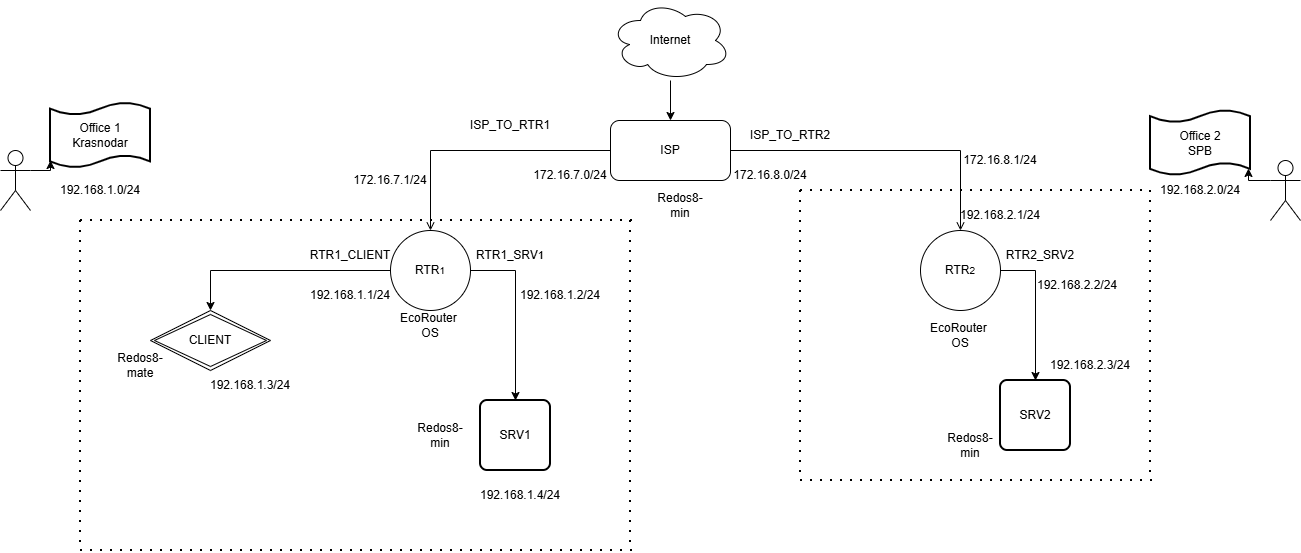
polina497/petrocollege keeps this draw.io diagram as Диаграмма без названия.drawio.png. Above is the earlier version. Source tidied: cells renumbered, new cells last; positions are measured from the earlier drawing's top-left corner, leaving out a move shared by most shapes. Its diagram source:
```xml
<mxGraphModel>
  <root>
    <mxCell id="0" />
    <mxCell id="1" parent="0" />
    <mxCell id="2" style="edgeStyle=orthogonalEdgeStyle;rounded=0;jettySize=auto;html=1;" parent="1" edge="1" source="3" target="6">
      <mxGeometry relative="1" as="geometry" />
    </mxCell>
    <mxCell id="3" value="Internet" style="ellipse;shape=cloud;whiteSpace=wrap;html=1;" parent="1" vertex="1">
      <mxGeometry x="610" width="120" height="80" as="geometry" />
    </mxCell>
    <mxCell id="4" style="edgeStyle=orthogonalEdgeStyle;rounded=0;jettySize=auto;html=1;entryX=0.5;entryY=0;entryDx=0;entryDy=0;endArrow=open;endFill=0;" parent="1" edge="1" source="6" target="9">
      <mxGeometry relative="1" as="geometry" />
    </mxCell>
    <mxCell id="5" style="edgeStyle=orthogonalEdgeStyle;rounded=0;jettySize=auto;html=1;entryX=0.5;entryY=0;entryDx=0;entryDy=0;exitX=1;exitY=0.5;exitDx=0;exitDy=0;endArrow=open;endFill=0;" parent="1" edge="1" source="6" target="11">
      <mxGeometry relative="1" as="geometry" />
    </mxCell>
    <mxCell id="6" value="ISP" style="rounded=1;whiteSpace=wrap;html=1;" parent="1" vertex="1">
      <mxGeometry x="610" y="120" width="120" height="60" as="geometry" />
    </mxCell>
    <mxCell id="7" style="edgeStyle=orthogonalEdgeStyle;rounded=0;jettySize=auto;html=1;entryX=0.5;entryY=0;entryDx=0;entryDy=0;" parent="1" edge="1" source="9" target="12">
      <mxGeometry relative="1" as="geometry" />
    </mxCell>
    <mxCell id="8" style="edgeStyle=orthogonalEdgeStyle;rounded=0;jettySize=auto;html=1;exitX=1;exitY=0.5;exitDx=0;exitDy=0;entryX=0.5;entryY=0;entryDx=0;entryDy=0;" parent="1" edge="1" source="9" target="13">
      <mxGeometry relative="1" as="geometry" />
    </mxCell>
    <mxCell id="9" value="RTR&lt;font size=&quot;1&quot;&gt;1&lt;/font&gt;" style="ellipse;whiteSpace=wrap;html=1;" parent="1" vertex="1">
      <mxGeometry x="390" y="230" width="80" height="80" as="geometry" />
    </mxCell>
    <mxCell id="10" style="edgeStyle=orthogonalEdgeStyle;rounded=0;jettySize=auto;html=1;exitX=1;exitY=0.5;exitDx=0;exitDy=0;entryX=0.5;entryY=0;entryDx=0;entryDy=0;" parent="1" edge="1" source="11" target="14">
      <mxGeometry relative="1" as="geometry" />
    </mxCell>
    <mxCell id="11" value="RTR&lt;font size=&quot;1&quot;&gt;2&lt;/font&gt;" style="ellipse;whiteSpace=wrap;html=1;" parent="1" vertex="1">
      <mxGeometry x="920" y="230" width="80" height="80" as="geometry" />
    </mxCell>
    <mxCell id="12" value="CLIENT" style="shape=rhombus;double=1;perimeter=rhombusPerimeter;whiteSpace=wrap;html=1;align=center;" parent="1" vertex="1">
      <mxGeometry x="150" y="310" width="120" height="60" as="geometry" />
    </mxCell>
    <mxCell id="13" value="SRV1" style="rounded=1;whiteSpace=wrap;html=1;absoluteArcSize=1;arcSize=14;strokeWidth=2;" parent="1" vertex="1">
      <mxGeometry x="480" y="400" width="70" height="70" as="geometry" />
    </mxCell>
    <mxCell id="14" value="SRV2" style="rounded=1;whiteSpace=wrap;html=1;absoluteArcSize=1;arcSize=14;strokeWidth=2;" parent="1" vertex="1">
      <mxGeometry x="1000" y="380" width="70" height="70" as="geometry" />
    </mxCell>
    <mxCell id="15" value="ISP_TO_RTR2" style="text;html=1;whiteSpace=wrap;strokeColor=none;fillColor=none;align=center;verticalAlign=middle;rounded=0;" parent="1" vertex="1">
      <mxGeometry x="760" y="120" width="60" height="30" as="geometry" />
    </mxCell>
    <mxCell id="16" value="ISP_TO_RTR1" style="text;html=1;whiteSpace=wrap;strokeColor=none;fillColor=none;align=center;verticalAlign=middle;rounded=0;" parent="1" vertex="1">
      <mxGeometry x="480" y="110" width="60" height="30" as="geometry" />
    </mxCell>
    <mxCell id="17" value="EcoRouter&amp;nbsp;&lt;div&gt;OS&lt;/div&gt;" style="text;html=1;whiteSpace=wrap;strokeColor=none;fillColor=none;align=center;verticalAlign=middle;rounded=0;" parent="1" vertex="1">
      <mxGeometry x="400" y="310" width="60" height="30" as="geometry" />
    </mxCell>
    <mxCell id="18" value="RTR&lt;font&gt;1&lt;/font&gt;&lt;font style=&quot;font-size: 11px;&quot;&gt;_&lt;/font&gt;&lt;font&gt;SRV&lt;span style=&quot;font-size: 11px;&quot;&gt;1&lt;/span&gt;&lt;/font&gt;" style="text;html=1;whiteSpace=wrap;strokeColor=none;fillColor=none;align=center;verticalAlign=middle;rounded=0;" parent="1" vertex="1">
      <mxGeometry x="480" y="240" width="60" height="30" as="geometry" />
    </mxCell>
    <mxCell id="19" value="Redos8-mate" style="text;html=1;whiteSpace=wrap;strokeColor=none;fillColor=none;align=center;verticalAlign=middle;rounded=0;" parent="1" vertex="1">
      <mxGeometry x="110" y="350" width="60" height="30" as="geometry" />
    </mxCell>
    <mxCell id="20" value="Redos8-min" style="text;html=1;whiteSpace=wrap;strokeColor=none;fillColor=none;align=center;verticalAlign=middle;rounded=0;" parent="1" vertex="1">
      <mxGeometry x="940" y="430" width="60" height="30" as="geometry" />
    </mxCell>
    <mxCell id="21" value="RTR2&lt;font style=&quot;font-size: 11px;&quot;&gt;_&lt;/font&gt;&lt;font&gt;SRV&lt;/font&gt;&lt;font&gt;2&lt;/font&gt;" style="text;html=1;whiteSpace=wrap;strokeColor=none;fillColor=none;align=center;verticalAlign=middle;rounded=0;" parent="1" vertex="1">
      <mxGeometry x="1010" y="240" width="60" height="30" as="geometry" />
    </mxCell>
    <mxCell id="22" value="RTR1_CLIENT" style="text;html=1;whiteSpace=wrap;strokeColor=none;fillColor=none;align=center;verticalAlign=middle;rounded=0;" parent="1" vertex="1">
      <mxGeometry x="320" y="240" width="60" height="30" as="geometry" />
    </mxCell>
    <mxCell id="23" style="endArrow=none;dashed=1;html=1;dashPattern=1 4;strokeWidth=2;rounded=0;" parent="1" edge="1">
      <mxGeometry relative="1" as="geometry">
        <mxPoint x="800" y="190" as="sourcePoint" />
        <mxPoint x="1150" y="190" as="targetPoint" />
      </mxGeometry>
    </mxCell>
    <mxCell id="24" style="endArrow=none;dashed=1;html=1;dashPattern=1 4;strokeWidth=2;rounded=0;" parent="1" edge="1">
      <mxGeometry relative="1" as="geometry">
        <mxPoint x="800" y="190" as="sourcePoint" />
        <mxPoint x="800" y="480" as="targetPoint" />
      </mxGeometry>
    </mxCell>
    <mxCell id="25" style="endArrow=none;dashed=1;html=1;dashPattern=1 4;strokeWidth=2;rounded=0;" parent="1" edge="1">
      <mxGeometry relative="1" as="geometry">
        <mxPoint x="800" y="480" as="sourcePoint" />
        <mxPoint x="1160" y="480" as="targetPoint" />
      </mxGeometry>
    </mxCell>
    <mxCell id="26" style="endArrow=none;dashed=1;html=1;dashPattern=1 4;strokeWidth=2;rounded=0;" parent="1" edge="1">
      <mxGeometry relative="1" as="geometry">
        <mxPoint x="1150" y="190" as="sourcePoint" />
        <mxPoint x="1150" y="480" as="targetPoint" />
      </mxGeometry>
    </mxCell>
    <mxCell id="27" style="endArrow=none;dashed=1;html=1;dashPattern=1 4;strokeWidth=2;rounded=0;" parent="1" edge="1">
      <mxGeometry relative="1" as="geometry">
        <mxPoint x="80" y="220" as="sourcePoint" />
        <mxPoint x="640" y="220" as="targetPoint" />
      </mxGeometry>
    </mxCell>
    <mxCell id="28" style="endArrow=none;dashed=1;html=1;dashPattern=1 4;strokeWidth=2;rounded=0;" parent="1" edge="1">
      <mxGeometry relative="1" as="geometry">
        <mxPoint x="80" y="220" as="sourcePoint" />
        <mxPoint x="80" y="550" as="targetPoint" />
      </mxGeometry>
    </mxCell>
    <mxCell id="29" style="endArrow=none;dashed=1;html=1;dashPattern=1 4;strokeWidth=2;rounded=0;" parent="1" edge="1">
      <mxGeometry relative="1" as="geometry">
        <mxPoint x="80" y="550" as="sourcePoint" />
        <mxPoint x="640" y="550" as="targetPoint" />
      </mxGeometry>
    </mxCell>
    <mxCell id="30" style="endArrow=none;dashed=1;html=1;dashPattern=1 4;strokeWidth=2;rounded=0;" parent="1" edge="1">
      <mxGeometry relative="1" as="geometry">
        <mxPoint x="630" y="220" as="sourcePoint" />
        <mxPoint x="630" y="550" as="targetPoint" />
      </mxGeometry>
    </mxCell>
    <mxCell id="31" value="Redos8-min" style="text;html=1;whiteSpace=wrap;strokeColor=none;fillColor=none;align=center;verticalAlign=middle;rounded=0;" parent="1" vertex="1">
      <mxGeometry x="650" y="190" width="60" height="30" as="geometry" />
    </mxCell>
    <mxCell id="32" value="Office 1&lt;div&gt;Krasnodar&lt;/div&gt;" style="shape=tape;whiteSpace=wrap;html=1;strokeWidth=2;size=0.19;" parent="1" vertex="1">
      <mxGeometry x="50" y="102.5" width="100" height="65" as="geometry" />
    </mxCell>
    <mxCell id="33" value="Office 2&lt;div&gt;SPB&lt;/div&gt;" style="shape=tape;whiteSpace=wrap;html=1;strokeWidth=2;size=0.19;" parent="1" vertex="1">
      <mxGeometry x="1150" y="110" width="100" height="65" as="geometry" />
    </mxCell>
    <mxCell id="34" value="172.16.7.0/24" style="text;html=1;whiteSpace=wrap;strokeColor=none;fillColor=none;align=center;verticalAlign=middle;rounded=0;" parent="1" vertex="1">
      <mxGeometry x="540" y="160" width="60" height="30" as="geometry" />
    </mxCell>
    <mxCell id="35" value="172.16.8.0/24" style="text;html=1;whiteSpace=wrap;strokeColor=none;fillColor=none;align=center;verticalAlign=middle;rounded=0;" parent="1" vertex="1">
      <mxGeometry x="740" y="160" width="60" height="30" as="geometry" />
    </mxCell>
    <mxCell id="36" value="192.168.2.1/24" style="text;html=1;whiteSpace=wrap;strokeColor=none;fillColor=none;align=center;verticalAlign=middle;rounded=0;" parent="1" vertex="1">
      <mxGeometry x="970" y="200" width="60" height="30" as="geometry" />
    </mxCell>
    <mxCell id="37" value="192.168.1.1/24" style="text;html=1;whiteSpace=wrap;strokeColor=none;fillColor=none;align=center;verticalAlign=middle;rounded=0;" parent="1" vertex="1">
      <mxGeometry x="320" y="280" width="60" height="30" as="geometry" />
    </mxCell>
    <mxCell id="38" value="192.168.1.4/24" style="text;html=1;whiteSpace=wrap;strokeColor=none;fillColor=none;align=center;verticalAlign=middle;rounded=0;" parent="1" vertex="1">
      <mxGeometry x="490" y="480" width="60" height="30" as="geometry" />
    </mxCell>
    <mxCell id="39" value="192.168.1.3/24" style="text;html=1;whiteSpace=wrap;strokeColor=none;fillColor=none;align=center;verticalAlign=middle;rounded=0;" parent="1" vertex="1">
      <mxGeometry x="220" y="370" width="60" height="30" as="geometry" />
    </mxCell>
    <mxCell id="40" value="192.168.2.3/24" style="text;html=1;whiteSpace=wrap;strokeColor=none;fillColor=none;align=center;verticalAlign=middle;rounded=0;" parent="1" vertex="1">
      <mxGeometry x="1060" y="350" width="60" height="30" as="geometry" />
    </mxCell>
    <mxCell id="41" value="EcoRouter&amp;nbsp;&lt;div&gt;OS&lt;/div&gt;" style="text;html=1;whiteSpace=wrap;strokeColor=none;fillColor=none;align=center;verticalAlign=middle;rounded=0;" parent="1" vertex="1">
      <mxGeometry x="930" y="320" width="60" height="30" as="geometry" />
    </mxCell>
    <mxCell id="42" value="Redos8-min" style="text;html=1;whiteSpace=wrap;strokeColor=none;fillColor=none;align=center;verticalAlign=middle;rounded=0;" parent="1" vertex="1">
      <mxGeometry x="410" y="420" width="60" height="30" as="geometry" />
    </mxCell>
    <mxCell id="43" style="shape=umlActor;verticalLabelPosition=bottom;verticalAlign=top;html=1;outlineConnect=0;" parent="1" vertex="1">
      <mxGeometry y="150" width="30" height="60" as="geometry" />
    </mxCell>
    <mxCell id="44" style="edgeStyle=orthogonalEdgeStyle;rounded=0;jettySize=auto;html=1;exitX=1;exitY=0.3333333333333333;exitDx=0;exitDy=0;exitPerimeter=0;entryX=0;entryY=0.885;entryDx=0;entryDy=0;entryPerimeter=0;" parent="1" edge="1" source="43" target="32">
      <mxGeometry relative="1" as="geometry" />
    </mxCell>
    <mxCell id="45" style="shape=umlActor;verticalLabelPosition=bottom;verticalAlign=top;html=1;outlineConnect=0;" parent="1" vertex="1">
      <mxGeometry x="1270" y="160" width="30" height="60" as="geometry" />
    </mxCell>
    <mxCell id="46" style="edgeStyle=orthogonalEdgeStyle;rounded=0;jettySize=auto;html=1;exitX=0;exitY=0.3333333333333333;exitDx=0;exitDy=0;exitPerimeter=0;entryX=0.98;entryY=0.892;entryDx=0;entryDy=0;entryPerimeter=0;" parent="1" edge="1" source="45" target="33">
      <mxGeometry relative="1" as="geometry" />
    </mxCell>
    <mxCell id="47" value="192.168.1.2/24" style="text;html=1;whiteSpace=wrap;strokeColor=none;fillColor=none;align=center;verticalAlign=middle;rounded=0;" parent="1" vertex="1">
      <mxGeometry x="530" y="280" width="60" height="30" as="geometry" />
    </mxCell>
    <mxCell id="48" value="192.168.2.2/24" style="text;html=1;whiteSpace=wrap;strokeColor=none;fillColor=none;align=center;verticalAlign=middle;rounded=0;" parent="1" vertex="1">
      <mxGeometry x="1047" y="270" width="60" height="30" as="geometry" />
    </mxCell>
    <mxCell id="49" value="172.16.7.1/24" style="text;html=1;whiteSpace=wrap;strokeColor=none;fillColor=none;align=center;verticalAlign=middle;rounded=0;" parent="1" vertex="1">
      <mxGeometry x="360" y="165" width="60" height="30" as="geometry" />
    </mxCell>
    <mxCell id="50" value="172.16.8.1/24" style="text;html=1;whiteSpace=wrap;strokeColor=none;fillColor=none;align=center;verticalAlign=middle;rounded=0;" parent="1" vertex="1">
      <mxGeometry x="970" y="145" width="60" height="30" as="geometry" />
    </mxCell>
    <mxCell id="51" value="192.168.1.0/24" style="text;html=1;whiteSpace=wrap;strokeColor=none;fillColor=none;align=center;verticalAlign=middle;rounded=0;" parent="1" vertex="1">
      <mxGeometry x="70" y="175" width="60" height="30" as="geometry" />
    </mxCell>
    <mxCell id="52" value="192.168.2.0/24" style="text;html=1;whiteSpace=wrap;strokeColor=none;fillColor=none;align=center;verticalAlign=middle;rounded=0;" parent="1" vertex="1">
      <mxGeometry x="1170" y="175" width="60" height="30" as="geometry" />
    </mxCell>
  </root>
</mxGraphModel>
```
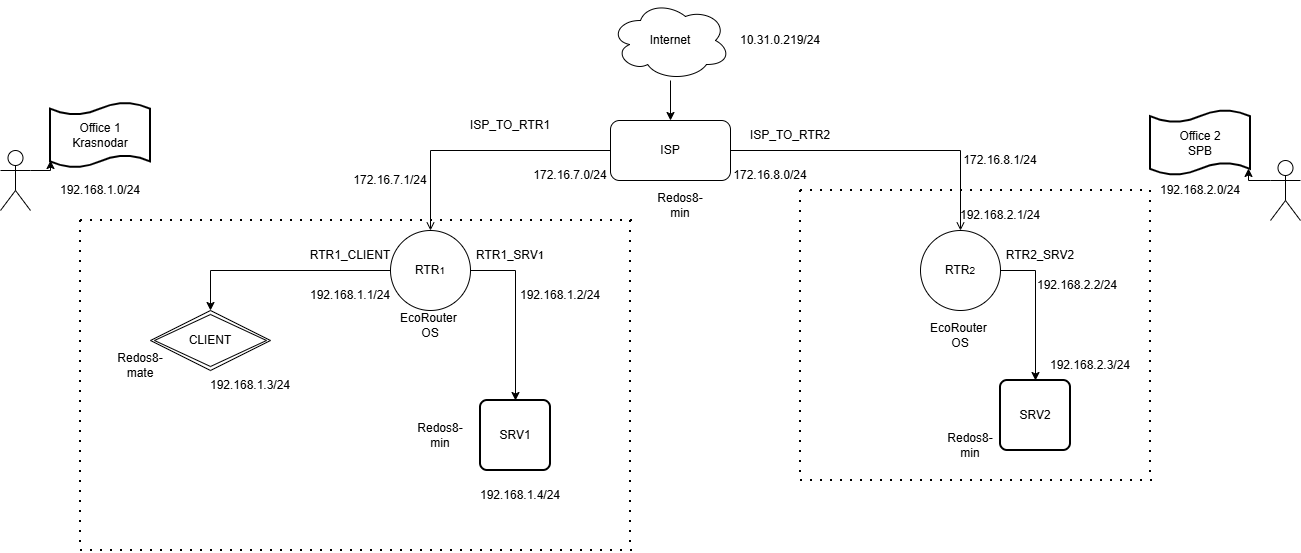
After the change.

Commit message:
Обновление Диаграмма без названия.drawio.png итог

The edit, as a diff of the source:
```diff
@@ -179,5 +179,8 @@
     <mxCell id="52" value="192.168.2.0/24" style="text;html=1;whiteSpace=wrap;strokeColor=none;fillColor=none;align=center;verticalAlign=middle;rounded=0;" parent="1" vertex="1">
       <mxGeometry x="1170" y="175" width="60" height="30" as="geometry" />
     </mxCell>
+    <mxCell id="53" value="10.31.0.219/24" style="text;html=1;whiteSpace=wrap;strokeColor=none;fillColor=none;align=center;verticalAlign=middle;rounded=0;" parent="1" vertex="1">
+      <mxGeometry x="750" y="25" width="60" height="30" as="geometry" />
+    </mxCell>
   </root>
 </mxGraphModel>
```
